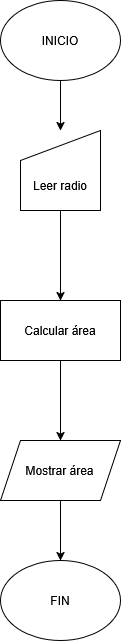
fnavcac/prog26-27 keeps this draw.io diagram as Primer_Trimestre/UD_1_Introduccion_a_la_programación/Ejercicio_4/diagramaEjercicio4.png. Above is the earlier version. Source tidied: cells renumbered, new cells last; positions are measured from the earlier drawing's top-left corner, leaving out a move shared by most shapes.
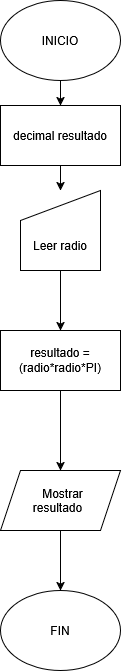
After the change.

Commit message:
Corregido ejercicio 4 y añadido ampliacion

Diff of the diagram source:
```diff
@@ -2,21 +2,16 @@
   <root>
     <mxCell id="0" />
     <mxCell id="1" parent="0" />
-    <mxCell id="2" style="edgeStyle=orthogonalEdgeStyle;rounded=0;jettySize=auto;html=1;" parent="1" edge="1" source="3" target="10">
-      <mxGeometry relative="1" as="geometry">
-        <Array as="points">
-          <mxPoint x="60" y="150" />
-          <mxPoint x="60" y="150" />
-        </Array>
-      </mxGeometry>
-    </mxCell>
+    <mxCell id="11" style="edgeStyle=orthogonalEdgeStyle;rounded=0;jettySize=auto;html=1;" parent="1" edge="1" source="3" target="13">
+      <mxGeometry relative="1" as="geometry" />
+    </mxCell>
     <mxCell id="3" value="INICIO" style="ellipse;whiteSpace=wrap;html=1;shapeInside=1;" parent="1" vertex="1">
-      <mxGeometry width="120" height="80" as="geometry" />
+      <mxGeometry y="-30" width="120" height="80" as="geometry" />
     </mxCell>
     <mxCell id="4" value="FIN" style="ellipse;whiteSpace=wrap;html=1;shapeInside=1;" parent="1" vertex="1">
       <mxGeometry y="560" width="120" height="80" as="geometry" />
     </mxCell>
-    <mxCell id="5" value="Calcular área" style="rounded=0;whiteSpace=wrap;html=1;" parent="1" vertex="1">
+    <mxCell id="5" value="resultado = (radio*radio*PI)" style="rounded=0;whiteSpace=wrap;html=1;" parent="1" vertex="1">
       <mxGeometry y="300" width="120" height="60" as="geometry" />
     </mxCell>
     <mxCell id="6" style="endArrow=classic;html=1;rounded=0;entryX=0.5;entryY=0;entryDx=0;entryDy=0;exitX=0.5;exitY=1;exitDx=0;exitDy=0;" parent="1" edge="1" target="5">
@@ -34,11 +29,17 @@
         <mxPoint x="60" y="500" as="sourcePoint" />
       </mxGeometry>
     </mxCell>
-    <mxCell id="9" value="Mostrar área" style="shape=parallelogram;perimeter=parallelogramPerimeter;whiteSpace=wrap;html=1;shapeInside=1;fixedSize=1;" parent="1" vertex="1">
+    <mxCell id="9" value="Mostrar resultado" style="shape=parallelogram;perimeter=parallelogramPerimeter;whiteSpace=wrap;html=1;shapeInside=1;fixedSize=1;" parent="1" vertex="1">
       <mxGeometry y="440" width="120" height="60" as="geometry" />
     </mxCell>
     <mxCell id="10" value="Leer radio" style="shape=manualInput;boundedLbl=1;whiteSpace=wrap;html=1;" parent="1" vertex="1">
-      <mxGeometry x="20" y="130" width="80" height="80" as="geometry" />
+      <mxGeometry x="20" y="160" width="80" height="80" as="geometry" />
     </mxCell>
+    <mxCell id="12" style="edgeStyle=orthogonalEdgeStyle;rounded=0;jettySize=auto;html=1;" parent="1" edge="1" source="13" target="10">
+      <mxGeometry relative="1" as="geometry" />
+    </mxCell>
+    <mxCell id="13" value="decimal resultado" style="rounded=0;whiteSpace=wrap;html=1;" parent="1" vertex="1">
+      <mxGeometry y="75" width="120" height="60" as="geometry" />
+    </mxCell>
   </root>
 </mxGraphModel>
```
